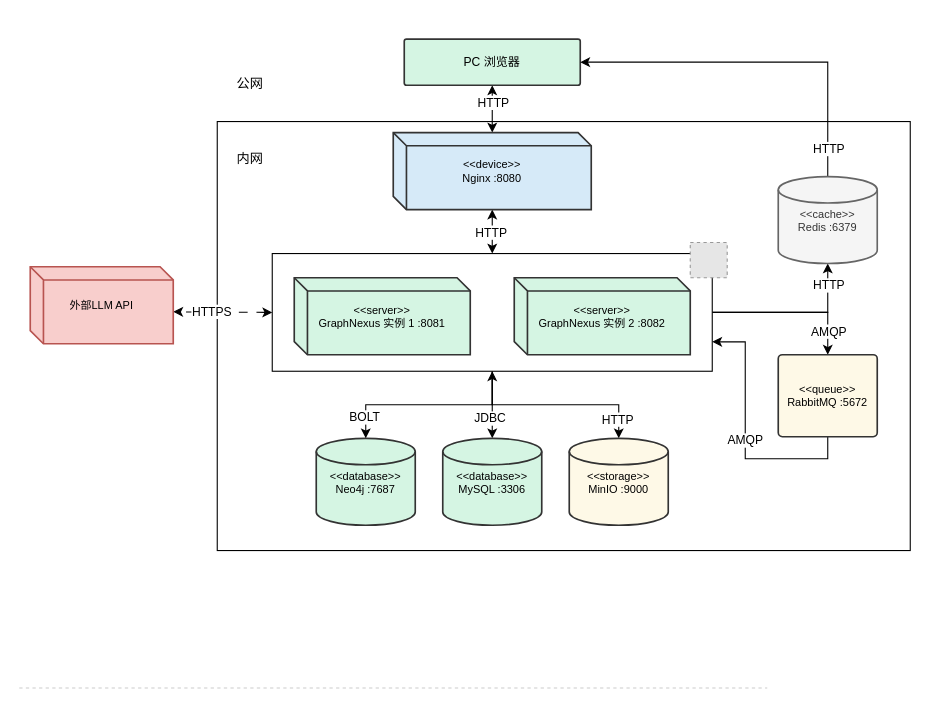
Eliauk-L/GraphNexus keeps this draw.io diagram as docs/design-view/physical-view/diagrams/deployment/deployment-diagram.drawio. Above is the earlier version. Source tidied: cells renumbered, new cells numbered last; positions are measured from the earlier drawing's top-left corner, leaving out a move shared by most shapes. Both pictures are drawn from the tidied source at 110%, with x=0, y=0 at pixel (19, 38). Pictures stored in the file or linked from it are replaced by grey dashed boxes.
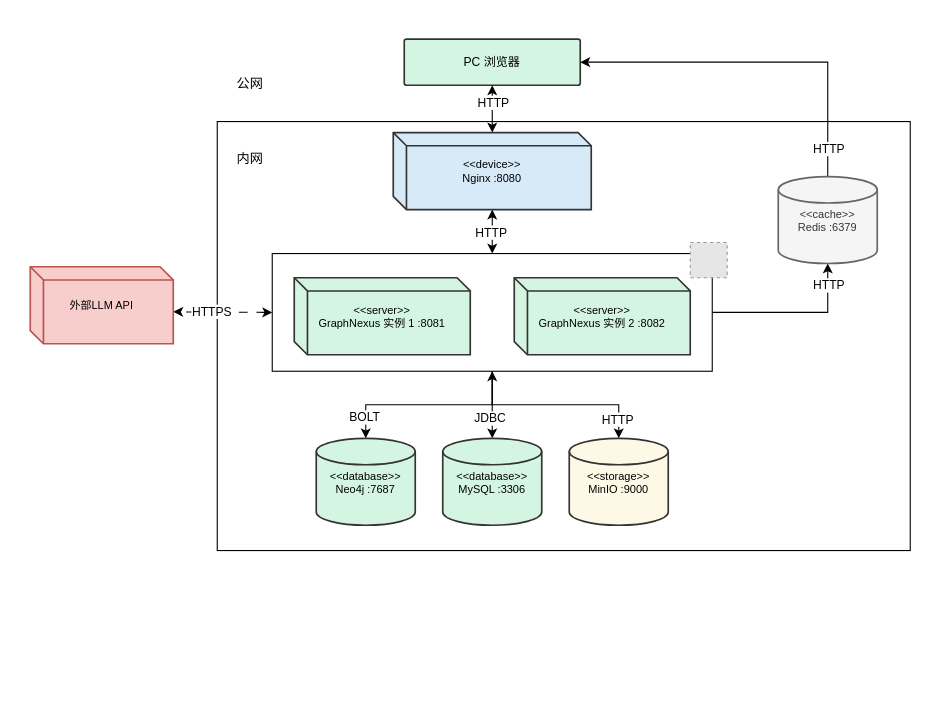
Above is the later version.

The change refers to these unchanged cells:
```xml
<mxCell id="13" style="rounded=0;whiteSpace=wrap;html=1;" parent="1" vertex="1">
  <mxGeometry x="230" y="195" width="400" height="107" as="geometry" />
</mxCell>
```

The edit, as a diff of the source:
```diff
@@
+    <mxCell id="38" style="rounded=0;whiteSpace=wrap;html=1;strokeColor=none;" parent="1" vertex="1">
+      <mxGeometry y="-18" width="830" height="503" as="geometry" />
+    </mxCell>
@@
-    <mxCell id="9" style="edgeStyle=orthogonalEdgeStyle;rounded=0;jettySize=auto;html=1;exitX=1;exitY=0.5;exitDx=0;exitDy=0;fontFamily=Helvetica;fontSize=10;fontColor=default;entryX=0.5;entryY=0;entryDx=0;entryDy=0;" parent="1" edge="1" source="13" target="29">
-      <mxGeometry relative="1" as="geometry" />
-    </mxCell>
-    <mxCell id="10" value="AMQP" style="edgeLabel;html=1;align=center;verticalAlign=middle;" parent="9" vertex="1">
-      <mxGeometry x="0.7" relative="1" as="geometry" />
-    </mxCell>
@@
-    <mxCell id="27" style="edgeStyle=orthogonalEdgeStyle;rounded=0;jettySize=auto;html=1;entryX=1;entryY=0.75;entryDx=0;entryDy=0;exitX=0.5;exitY=1;exitDx=0;exitDy=0;" parent="1" edge="1" source="29" target="13">
-      <mxGeometry relative="1" as="geometry" />
-    </mxCell>
-    <mxCell id="28" value="AMQP" style="edgeLabel;html=1;align=center;verticalAlign=middle;" parent="27" vertex="1">
-      <mxGeometry x="-0.03" y="1" relative="1" as="geometry" />
-    </mxCell>
-    <mxCell id="29" value="&lt;&lt;queue&gt;&gt;&#10;RabbitMQ :5672" style="rounded=1;whiteSpace=wrap;fillColor=#FEF9E7;strokeColor=#333333;strokeWidth=1.5;fontSize=10;arcSize=5;align=center;" parent="1" vertex="1">
-      <mxGeometry x="690" y="287" width="90" height="74.5" as="geometry" />
-    </mxCell>
@@
-    <mxCell id="31" style="endArrow=none;strokeWidth=1;strokeColor=#cccccc;dashed=1;" parent="1" edge="1">
-      <mxGeometry relative="1" as="geometry">
-        <mxPoint y="590" as="sourcePoint" />
-        <mxPoint x="680" y="590" as="targetPoint" />
-      </mxGeometry>
-    </mxCell>
```
